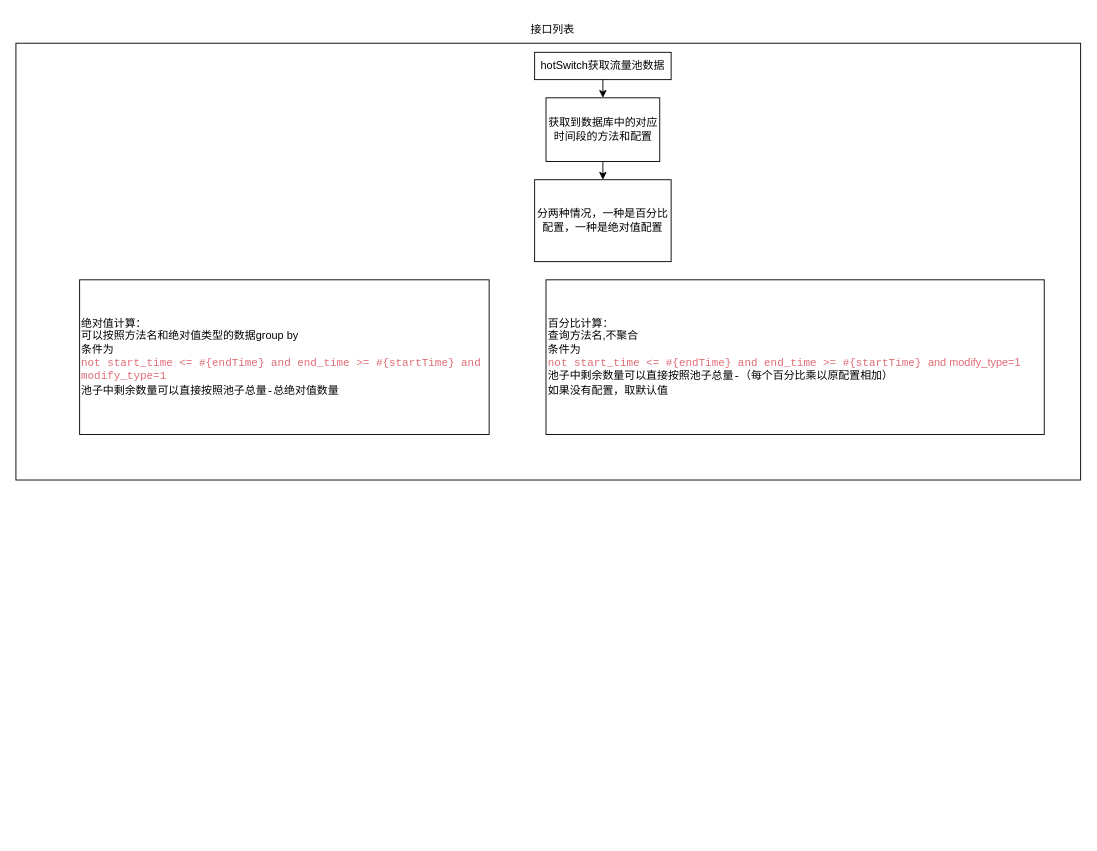
Earlier version of the draw.io diagram nb/qps流控.drawio (zhenjie-chen/diagrams). Source tidied: cells renumbered, new cells numbered last; positions are measured from the earlier drawing's top-left corner, leaving out a move shared by most shapes. Both pictures are drawn from the tidied source at 91%, with x=0, y=0 at pixel (15, 15).
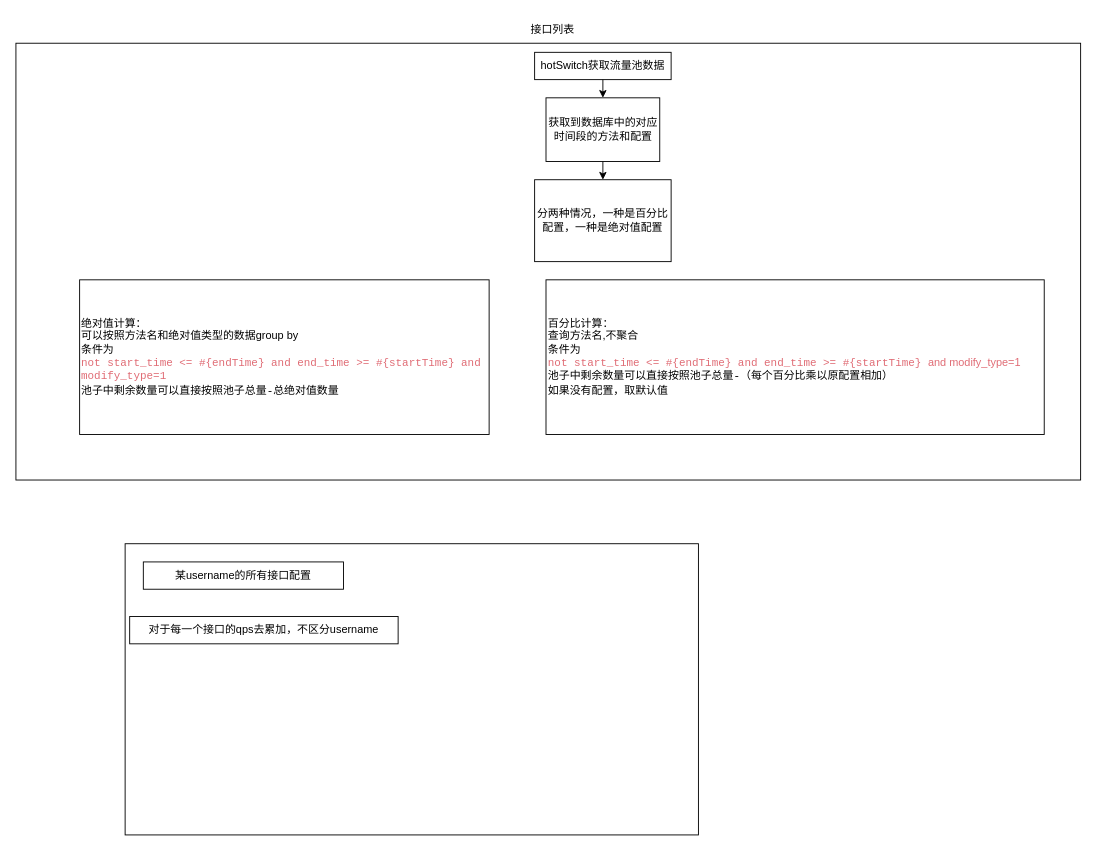
The same diagram, later.

Diff of the diagram source:
```diff
@@
 <mxGraphModel>
   <root>
     <mxCell id="0" />
     <mxCell id="1" parent="0" />
     <mxCell id="2" style="rounded=0;whiteSpace=wrap;html=1;" parent="1" vertex="1">
       <mxGeometry y="30" width="1170" height="480" as="geometry" />
     </mxCell>
     <mxCell id="3" value="接口列表" style="text;html=1;strokeColor=none;fillColor=none;align=center;verticalAlign=middle;whiteSpace=wrap;rounded=0;" parent="1" vertex="1">
       <mxGeometry x="560" width="60" height="30" as="geometry" />
     </mxCell>
     <mxCell id="4" style="edgeStyle=orthogonalEdgeStyle;rounded=0;jettySize=auto;html=1;exitX=0.5;exitY=1;exitDx=0;exitDy=0;entryX=0.5;entryY=0;entryDx=0;entryDy=0;" parent="1" edge="1" source="5" target="7">
       <mxGeometry relative="1" as="geometry" />
     </mxCell>
     <mxCell id="5" value="hotSwitch获取流量池数据" style="text;html=1;strokeColor=default;fillColor=none;align=center;verticalAlign=middle;whiteSpace=wrap;rounded=0;" parent="1" vertex="1">
       <mxGeometry x="570" y="40" width="150" height="30" as="geometry" />
     </mxCell>
     <mxCell id="6" style="edgeStyle=orthogonalEdgeStyle;rounded=0;jettySize=auto;html=1;exitX=0.5;exitY=1;exitDx=0;exitDy=0;entryX=0.5;entryY=0;entryDx=0;entryDy=0;" parent="1" edge="1" source="7" target="8">
       <mxGeometry relative="1" as="geometry" />
     </mxCell>
     <mxCell id="7" value="获取到数据库中的对应时间段的方法和配置" style="text;html=1;strokeColor=default;fillColor=none;align=center;verticalAlign=middle;whiteSpace=wrap;rounded=0;" parent="1" vertex="1">
       <mxGeometry x="582.5" y="90" width="125" height="70" as="geometry" />
     </mxCell>
     <mxCell id="8" value="分两种情况，一种是百分比配置，一种是绝对值配置" style="text;html=1;strokeColor=default;fillColor=none;align=center;verticalAlign=middle;whiteSpace=wrap;rounded=0;" parent="1" vertex="1">
       <mxGeometry x="570" y="180" width="150" height="90" as="geometry" />
     </mxCell>
     <mxCell id="9" value="绝对值计算：&lt;br&gt;可以按照方法名和绝对值类型的数据group by&lt;br&gt;&lt;div style=&quot;&quot;&gt;条件为&lt;/div&gt;&lt;font face=&quot;JetBrains Mono, monospace&quot;&gt;&lt;font color=&quot;#e06c75&quot;&gt;not start_time &amp;lt;= #{endTime} and end_time &amp;gt;= #{startTime} and modify_type=1&lt;/font&gt;&lt;br&gt;池子中剩余数量可以直接按照池子总量-总绝对值数量&lt;br&gt;&lt;/font&gt;" style="rounded=0;whiteSpace=wrap;html=1;align=left;" parent="1" vertex="1">
       <mxGeometry x="70" y="290" width="450" height="170" as="geometry" />
     </mxCell>
     <mxCell id="10" value="百分比计算：&lt;br&gt;查询方法名,不聚合&lt;br&gt;&lt;div style=&quot;&quot;&gt;条件为&lt;/div&gt;&lt;font face=&quot;JetBrains Mono, monospace&quot;&gt;&lt;font color=&quot;#e06c75&quot;&gt;not start_time &amp;lt;= #{endTime} and end_time &amp;gt;= #{startTime}&amp;nbsp;&lt;/font&gt;&lt;/font&gt;&lt;font color=&quot;#e06c75&quot;&gt;and modify_type=1&lt;/font&gt;&lt;font face=&quot;JetBrains Mono, monospace&quot;&gt;&lt;br&gt;池子中剩余数量可以直接按照池子总量-（每个百分比乘以原配置相加）&lt;br&gt;如果没有配置，取默认值&lt;br&gt;&lt;/font&gt;" style="rounded=0;whiteSpace=wrap;html=1;align=left;" parent="1" vertex="1">
       <mxGeometry x="582.5" y="290" width="547.5" height="170" as="geometry" />
     </mxCell>
+    <mxCell id="11" style="whiteSpace=wrap;html=1;" parent="1" vertex="1">
+      <mxGeometry x="120" y="580" width="630" height="320" as="geometry" />
+    </mxCell>
+    <mxCell id="12" value="某username的所有接口配置" style="text;html=1;strokeColor=default;fillColor=none;align=center;verticalAlign=middle;whiteSpace=wrap;rounded=0;" parent="1" vertex="1">
+      <mxGeometry x="140" y="600" width="220" height="30" as="geometry" />
+    </mxCell>
+    <mxCell id="13" value="对于每一个接口的qps去累加，不区分username" style="text;html=1;strokeColor=default;fillColor=none;align=center;verticalAlign=middle;whiteSpace=wrap;rounded=0;" parent="1" vertex="1">
+      <mxGeometry x="125" y="660" width="295" height="30" as="geometry" />
+    </mxCell>
   </root>
 </mxGraphModel>
```
